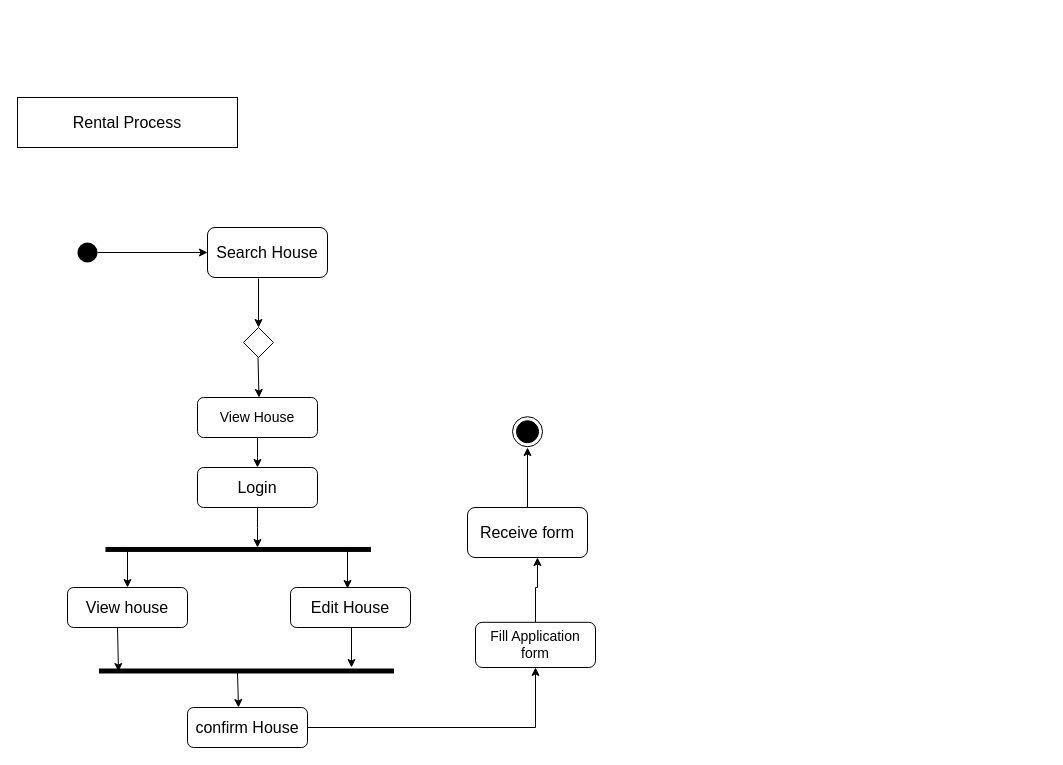
Above: page "Activity Diagram" (6 of 7) of GharBeti(Diagrams).drawio in Sbdpratik/gharbeti (draw.io), before the change. Source tidied: cells renumbered, new cells numbered last; positions are measured from the earlier drawing's top-left corner, leaving out a move shared by most shapes. Both pictures are drawn from the tidied source at 100%, with x=0, y=0 at pixel (17, 97).
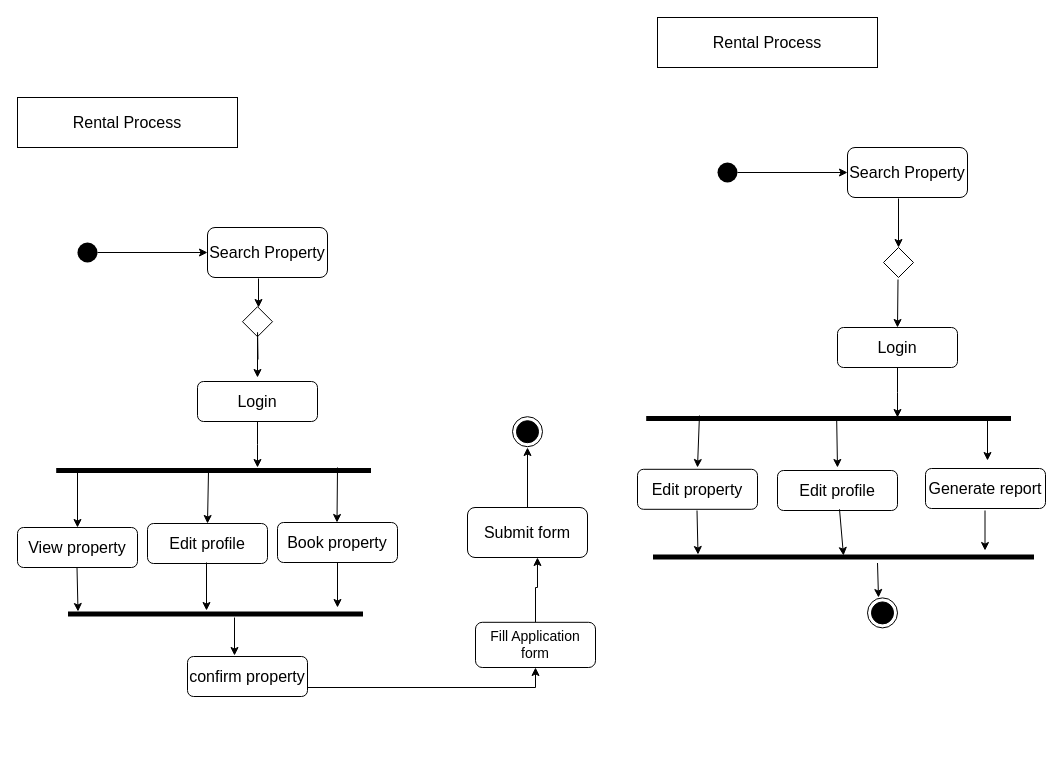
The same page after the edit.

The change refers to these unchanged cells:
```xml
<mxCell id="15" value="&lt;font style=&quot;font-size: 14px&quot;&gt;Fill Application form&lt;/font&gt;" style="rounded=1;whiteSpace=wrap;html=1;" parent="1" vertex="1">
  <mxGeometry x="458" y="524.8" width="120" height="45.2" as="geometry" />
</mxCell>
```

What changed in the source:
```diff
@@
-    <mxCell id="3" value="&lt;font size=&quot;3&quot;&gt;Search House&lt;/font&gt;" style="rounded=1;whiteSpace=wrap;html=1;" parent="1" vertex="1">
+    <mxCell id="3" value="&lt;font size=&quot;3&quot;&gt;Search Property&lt;/font&gt;" style="rounded=1;whiteSpace=wrap;html=1;" parent="1" vertex="1">
       <mxGeometry x="190" y="130" width="120" height="50" as="geometry" />
     </mxCell>
@@
     <mxCell id="6" style="rhombus;" parent="1" vertex="1">
-      <mxGeometry x="226" y="230" width="30" height="30" as="geometry" />
+      <mxGeometry x="225" y="209.2" width="30" height="30" as="geometry" />
     </mxCell>
-    <mxCell id="7" style="endArrow=classic;html=1;entryX=0.5;entryY=0;entryDx=0;entryDy=0;" parent="1" edge="1" target="6">
+    <mxCell id="7" style="endArrow=classic;html=1;" parent="1" edge="1">
       <mxGeometry relative="1" as="geometry">
         <mxPoint x="241" y="181" as="sourcePoint" />
+        <mxPoint x="241" y="210" as="targetPoint" />
       </mxGeometry>
     </mxCell>
-    <mxCell id="8" style="endArrow=classic;html=1;entryX=0.5;entryY=0;entryDx=0;entryDy=0;" parent="1" edge="1">
+    <mxCell id="8" style="endArrow=classic;html=1;" parent="1" edge="1">
       <mxGeometry relative="1" as="geometry">
-        <mxPoint x="240.5" y="260" as="sourcePoint" />
-        <mxPoint x="241.5" y="300" as="targetPoint" />
+        <mxPoint x="240.5" y="262" as="sourcePoint" />
+        <mxPoint x="240" y="280" as="targetPoint" />
+        <Array as="points">
+          <mxPoint x="240" y="230" />
+        </Array>
       </mxGeometry>
     </mxCell>
-    <mxCell id="9" style="edgeStyle=orthogonalEdgeStyle;rounded=0;jettySize=auto;html=1;" parent="1" edge="1" source="10">
-      <mxGeometry relative="1" as="geometry">
-        <mxPoint x="240" y="370" as="targetPoint" />
-      </mxGeometry>
-    </mxCell>
-    <mxCell id="10" value="&lt;font style=&quot;font-size: 14px&quot;&gt;View House&lt;/font&gt;" style="rounded=1;whiteSpace=wrap;html=1;" parent="1" vertex="1">
-      <mxGeometry x="180" y="300" width="120" height="40" as="geometry" />
-    </mxCell>
     <mxCell id="11" style="edgeStyle=orthogonalEdgeStyle;rounded=0;jettySize=auto;html=1;" parent="1" edge="1" source="12">
       <mxGeometry relative="1" as="geometry">
-        <mxPoint x="240" y="450" as="targetPoint" />
+        <mxPoint x="240" y="370" as="targetPoint" />
       </mxGeometry>
     </mxCell>
     <mxCell id="12" value="&lt;font size=&quot;3&quot;&gt;Login&lt;/font&gt;" style="rounded=1;whiteSpace=wrap;html=1;" parent="1" vertex="1">
-      <mxGeometry x="180" y="370" width="120" height="40" as="geometry" />
+      <mxGeometry x="180" y="284" width="120" height="40" as="geometry" />
     </mxCell>
     <mxCell id="13" style="html=1;points=[];perimeter=orthogonalPerimeter;fillColor=#000000;strokeColor=none;rotation=-90;" parent="1" vertex="1">
-      <mxGeometry x="218.2" y="319.2" width="5" height="265.5" as="geometry" />
+      <mxGeometry x="193.6" y="215.6" width="5" height="314.8" as="geometry" />
     </mxCell>
@@
-    <mxCell id="16" value="&lt;font size=&quot;3&quot;&gt;View house&lt;/font&gt;" style="rounded=1;whiteSpace=wrap;html=1;" parent="1" vertex="1">
-      <mxGeometry x="50" y="490" width="120" height="40" as="geometry" />
+    <mxCell id="16" value="&lt;font size=&quot;3&quot;&gt;View property&lt;/font&gt;" style="rounded=1;whiteSpace=wrap;html=1;" parent="1" vertex="1">
+      <mxGeometry y="430" width="120" height="40" as="geometry" />
     </mxCell>
     <mxCell id="17" style="edgeStyle=orthogonalEdgeStyle;rounded=0;jettySize=auto;html=1;entryX=0.5;entryY=1;entryDx=0;entryDy=0;" parent="1" edge="1" source="18" target="15">
-      <mxGeometry relative="1" as="geometry" />
+      <mxGeometry relative="1" as="geometry">
+        <Array as="points">
+          <mxPoint x="518" y="590" />
+        </Array>
+      </mxGeometry>
     </mxCell>
-    <mxCell id="18" value="&lt;font size=&quot;3&quot;&gt;confirm House&lt;/font&gt;" style="rounded=1;whiteSpace=wrap;html=1;" parent="1" vertex="1">
-      <mxGeometry x="170" y="610" width="120" height="40" as="geometry" />
+    <mxCell id="18" value="&lt;font size=&quot;3&quot;&gt;confirm property&lt;/font&gt;" style="rounded=1;whiteSpace=wrap;html=1;" parent="1" vertex="1">
+      <mxGeometry x="170" y="559" width="120" height="40" as="geometry" />
     </mxCell>
-    <mxCell id="19" value="&lt;font size=&quot;3&quot;&gt;Edit House&lt;/font&gt;" style="rounded=1;whiteSpace=wrap;html=1;" parent="1" vertex="1">
-      <mxGeometry x="273" y="490" width="120" height="40" as="geometry" />
+    <mxCell id="19" value="&lt;font size=&quot;3&quot;&gt;Book property&lt;/font&gt;" style="rounded=1;whiteSpace=wrap;html=1;" parent="1" vertex="1">
+      <mxGeometry x="260" y="425" width="120" height="40" as="geometry" />
     </mxCell>
     <mxCell id="20" style="html=1;perimeter=orthogonalPerimeter;fillColor=#000000;strokeColor=none;rotation=-90;" parent="1" vertex="1">
-      <mxGeometry x="226.5" y="426" width="5" height="295" as="geometry" />
+      <mxGeometry x="195.5" y="369" width="5" height="295" as="geometry" />
     </mxCell>
-    <mxCell id="21" style="endArrow=classic;html=1;entryX=0.425;entryY=0;entryDx=0;entryDy=0;entryPerimeter=0;" parent="1" edge="1" target="18">
+    <mxCell id="21" style="endArrow=classic;html=1;entryX=0.425;entryY=0;entryDx=0;entryDy=0;entryPerimeter=0;" parent="1" edge="1">
       <mxGeometry relative="1" as="geometry">
-        <mxPoint x="220" y="575.5" as="sourcePoint" />
+        <mxPoint x="217" y="520" as="sourcePoint" />
+        <mxPoint x="217" y="558" as="targetPoint" />
       </mxGeometry>
     </mxCell>
     <mxCell id="22" style="endArrow=classic;html=1;" parent="1" edge="1">
       <mxGeometry relative="1" as="geometry">
-        <mxPoint x="100" y="530" as="sourcePoint" />
-        <mxPoint x="101" y="574" as="targetPoint" />
+        <mxPoint x="59.5" y="470" as="sourcePoint" />
+        <mxPoint x="60.5" y="514" as="targetPoint" />
       </mxGeometry>
     </mxCell>
     <mxCell id="23" style="endArrow=classic;html=1;" parent="1" edge="1">
       <mxGeometry relative="1" as="geometry">
-        <mxPoint x="334" y="530" as="sourcePoint" />
-        <mxPoint x="334" y="570" as="targetPoint" />
+        <mxPoint x="320" y="465" as="sourcePoint" />
+        <mxPoint x="320" y="510" as="targetPoint" />
       </mxGeometry>
     </mxCell>
-    <mxCell id="24" style="endArrow=classic;html=1;entryX=0.5;entryY=0;entryDx=0;entryDy=0;" parent="1" edge="1" target="16">
-      <mxGeometry relative="1" as="geometry">
-        <mxPoint x="110" y="450" as="sourcePoint" />
-      </mxGeometry>
+    <mxCell id="24" style="endArrow=classic;html=1;entryX=0.5;entryY=0;entryDx=0;entryDy=0;" parent="1" edge="1" source="13" target="16">
+      <mxGeometry relative="1" as="geometry" />
     </mxCell>
     <mxCell id="25" style="endArrow=classic;html=1;" parent="1" edge="1">
       <mxGeometry relative="1" as="geometry">
-        <mxPoint x="330" y="450" as="sourcePoint" />
-        <mxPoint x="330" y="491" as="targetPoint" />
+        <mxPoint x="320" y="370" as="sourcePoint" />
+        <mxPoint x="319.5" y="425" as="targetPoint" />
       </mxGeometry>
     </mxCell>
@@
-    <mxCell id="27" value="&lt;font size=&quot;3&quot;&gt;Receive form&lt;/font&gt;" style="rounded=1;whiteSpace=wrap;html=1;" parent="1" vertex="1">
+    <mxCell id="27" value="&lt;font size=&quot;3&quot;&gt;Submit form&lt;/font&gt;" style="rounded=1;whiteSpace=wrap;html=1;" parent="1" vertex="1">
       <mxGeometry x="450" y="410" width="120" height="50" as="geometry" />
     </mxCell>
@@
+    <mxCell id="29" value="&lt;font size=&quot;3&quot;&gt;Rental Process&lt;/font&gt;" style="rounded=0;whiteSpace=wrap;html=1;" parent="1" vertex="1">
+      <mxGeometry x="640" y="-80" width="220" height="50" as="geometry" />
+    </mxCell>
+    <mxCell id="30" value="&lt;font size=&quot;3&quot;&gt;Search Property&lt;/font&gt;" style="rounded=1;whiteSpace=wrap;html=1;" parent="1" vertex="1">
+      <mxGeometry x="830" y="50" width="120" height="50" as="geometry" />
+    </mxCell>
+    <mxCell id="31" style="edgeStyle=orthogonalEdgeStyle;rounded=0;jettySize=auto;html=1;entryX=0;entryY=0.5;entryDx=0;entryDy=0;" parent="1" edge="1" source="32" target="30">
+      <mxGeometry relative="1" as="geometry" />
+    </mxCell>
+    <mxCell id="32" style="ellipse;fillColor=#000000;strokeColor=none;" parent="1" vertex="1">
+      <mxGeometry x="700" y="65" width="20" height="20" as="geometry" />
+    </mxCell>
+    <mxCell id="33" style="rhombus;" parent="1" vertex="1">
+      <mxGeometry x="866" y="150" width="30" height="30" as="geometry" />
+    </mxCell>
+    <mxCell id="34" style="endArrow=classic;html=1;entryX=0.5;entryY=0;entryDx=0;entryDy=0;" parent="1" edge="1" target="33">
+      <mxGeometry relative="1" as="geometry">
+        <mxPoint x="881" y="101" as="sourcePoint" />
+      </mxGeometry>
+    </mxCell>
+    <mxCell id="35" style="endArrow=classic;html=1;entryX=0.5;entryY=0;entryDx=0;entryDy=0;" parent="1" edge="1" target="37">
+      <mxGeometry relative="1" as="geometry">
+        <mxPoint x="880.5" y="182" as="sourcePoint" />
+      </mxGeometry>
+    </mxCell>
+    <mxCell id="36" style="edgeStyle=orthogonalEdgeStyle;rounded=0;jettySize=auto;html=1;" parent="1" edge="1" source="37">
+      <mxGeometry relative="1" as="geometry">
+        <mxPoint x="880" y="320" as="targetPoint" />
+      </mxGeometry>
+    </mxCell>
+    <mxCell id="37" value="&lt;font size=&quot;3&quot;&gt;Login&lt;/font&gt;" style="rounded=1;whiteSpace=wrap;html=1;" parent="1" vertex="1">
+      <mxGeometry x="820" y="230" width="120" height="40" as="geometry" />
+    </mxCell>
+    <mxCell id="38" style="html=1;points=[];perimeter=orthogonalPerimeter;fillColor=#000000;strokeColor=none;rotation=-90;" parent="1" vertex="1">
+      <mxGeometry x="808.6" y="138.6" width="5" height="364.8" as="geometry" />
+    </mxCell>
+    <mxCell id="39" value="&lt;font size=&quot;3&quot;&gt;Edit property&lt;/font&gt;" style="rounded=1;whiteSpace=wrap;html=1;" parent="1" vertex="1">
+      <mxGeometry x="620" y="371.8" width="120" height="40" as="geometry" />
+    </mxCell>
+    <mxCell id="40" value="&lt;font size=&quot;3&quot;&gt;Generate report&lt;/font&gt;" style="rounded=1;whiteSpace=wrap;html=1;" parent="1" vertex="1">
+      <mxGeometry x="908" y="371" width="120" height="40" as="geometry" />
+    </mxCell>
+    <mxCell id="41" style="html=1;points=[];perimeter=orthogonalPerimeter;fillColor=#000000;strokeColor=none;rotation=-90;" parent="1" vertex="1">
+      <mxGeometry x="823.5" y="269" width="5" height="381" as="geometry" />
+    </mxCell>
+    <mxCell id="42" style="endArrow=classic;html=1;entryX=0.425;entryY=0;entryDx=0;entryDy=0;entryPerimeter=0;" parent="1" edge="1">
+      <mxGeometry relative="1" as="geometry">
+        <mxPoint x="860" y="465.5" as="sourcePoint" />
+        <mxPoint x="861" y="500" as="targetPoint" />
+      </mxGeometry>
+    </mxCell>
+    <mxCell id="43" style="endArrow=classic;html=1;" parent="1" edge="1">
+      <mxGeometry relative="1" as="geometry">
+        <mxPoint x="679.5" y="413" as="sourcePoint" />
+        <mxPoint x="680.5" y="457" as="targetPoint" />
+      </mxGeometry>
+    </mxCell>
+    <mxCell id="44" style="endArrow=classic;html=1;" parent="1" edge="1">
+      <mxGeometry relative="1" as="geometry">
+        <mxPoint x="967.5" y="413" as="sourcePoint" />
+        <mxPoint x="967.5" y="453" as="targetPoint" />
+      </mxGeometry>
+    </mxCell>
+    <mxCell id="45" style="endArrow=classic;html=1;exitX=1.101;exitY=0.146;exitDx=0;exitDy=0;exitPerimeter=0;" parent="1" edge="1" source="38">
+      <mxGeometry relative="1" as="geometry">
+        <mxPoint x="680" y="370" as="targetPoint" />
+      </mxGeometry>
+    </mxCell>
+    <mxCell id="46" style="endArrow=classic;html=1;" parent="1" edge="1">
+      <mxGeometry relative="1" as="geometry">
+        <mxPoint x="970" y="322" as="sourcePoint" />
+        <mxPoint x="970" y="363" as="targetPoint" />
+      </mxGeometry>
+    </mxCell>
+    <mxCell id="47" style="ellipse;html=1;shape=endState;fillColor=#000000;strokeColor=#000000;" parent="1" vertex="1">
+      <mxGeometry x="850" y="500.4" width="30" height="30" as="geometry" />
+    </mxCell>
+    <mxCell id="48" value="&lt;font size=&quot;3&quot;&gt;Edit profile&lt;/font&gt;" style="rounded=1;whiteSpace=wrap;html=1;" parent="1" vertex="1">
+      <mxGeometry x="760" y="373" width="120" height="40" as="geometry" />
+    </mxCell>
+    <mxCell id="49" value="&lt;font size=&quot;3&quot;&gt;Edit profile&lt;/font&gt;" style="rounded=1;whiteSpace=wrap;html=1;" parent="1" vertex="1">
+      <mxGeometry x="130" y="426" width="120" height="40" as="geometry" />
+    </mxCell>
+    <mxCell id="50" style="endArrow=classic;html=1;entryX=0.8;entryY=0.5;entryDx=0;entryDy=0;entryPerimeter=0;" parent="1" edge="1" target="41">
+      <mxGeometry relative="1" as="geometry">
+        <mxPoint x="822" y="411.8" as="sourcePoint" />
+      </mxGeometry>
+    </mxCell>
+    <mxCell id="51" style="endArrow=classic;html=1;entryX=0.5;entryY=0;entryDx=0;entryDy=0;exitX=0.901;exitY=0.484;exitDx=0;exitDy=0;exitPerimeter=0;" parent="1" edge="1" source="13" target="49">
+      <mxGeometry relative="1" as="geometry" />
+    </mxCell>
+    <mxCell id="52" style="endArrow=classic;html=1;exitX=0.901;exitY=0.522;exitDx=0;exitDy=0;exitPerimeter=0;" parent="1" edge="1" source="38">
+      <mxGeometry relative="1" as="geometry">
+        <mxPoint x="820" y="370" as="targetPoint" />
+      </mxGeometry>
+    </mxCell>
+    <mxCell id="53" style="endArrow=classic;html=1;entryX=0.425;entryY=0;entryDx=0;entryDy=0;entryPerimeter=0;" parent="1" edge="1">
+      <mxGeometry relative="1" as="geometry">
+        <mxPoint x="189" y="465" as="sourcePoint" />
+        <mxPoint x="189" y="513" as="targetPoint" />
+      </mxGeometry>
+    </mxCell>
```
